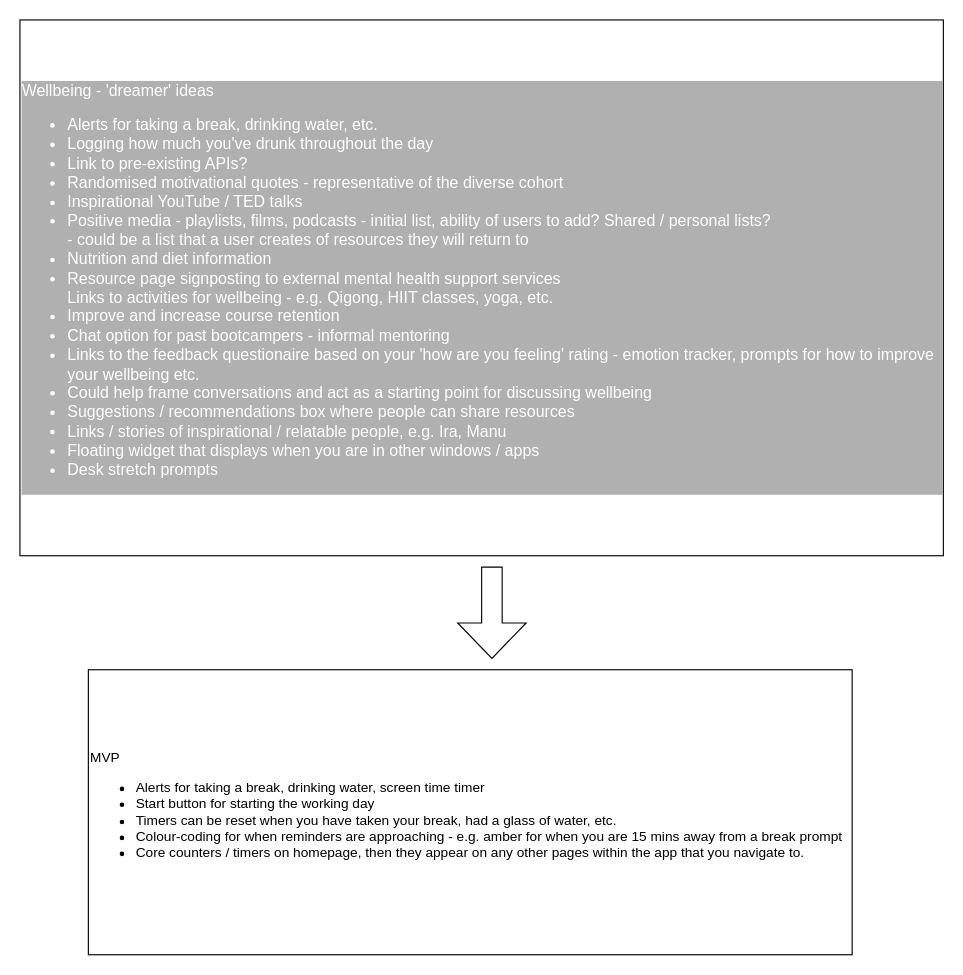
Earlier version of the draw.io diagram page "Realist ideas" (4 of 5) of test.drawio (SchoolOfCode/national-project-week-room4_maria_conor_guy_toni). Source tidied: cells renumbered, new cells numbered last; positions are measured from the earlier drawing's top-left corner, leaving out a move shared by most shapes. Both pictures are drawn from the tidied source at 114%, with x=0, y=0 at pixel (19, 19).
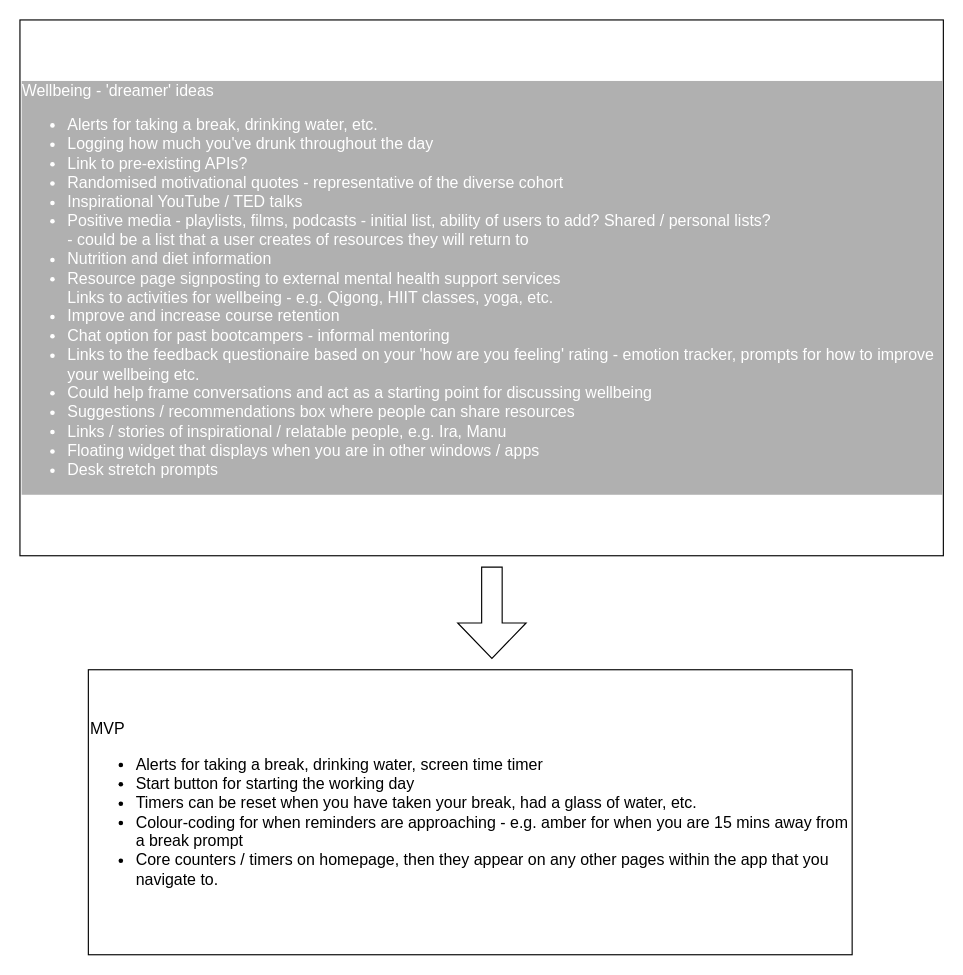
Above is the later version.

The edit, as a diff of the source:
```diff
@@
 <mxGraphModel>
   <root>
     <mxCell id="0" />
     <mxCell id="1" parent="0" />
     <mxCell id="2" value="&lt;font color=&quot;#ffffff&quot;&gt;Wellbeing - 'dreamer' ideas&lt;br&gt;&lt;ul&gt;&lt;li&gt;&lt;font color=&quot;#ffffff&quot;&gt;Alerts for taking a break, drinking water, etc.&lt;/font&gt;&lt;/li&gt;&lt;li&gt;&lt;font color=&quot;#ffffff&quot;&gt;Logging how much you've drunk throughout the day&lt;/font&gt;&lt;/li&gt;&lt;li&gt;&lt;font color=&quot;#ffffff&quot;&gt;Link to pre-existing APIs?&lt;/font&gt;&lt;/li&gt;&lt;li&gt;&lt;font color=&quot;#ffffff&quot;&gt;Randomised motivational quotes - representative of the diverse cohort&lt;/font&gt;&lt;/li&gt;&lt;li&gt;&lt;font color=&quot;#ffffff&quot;&gt;Inspirational YouTube / TED talks&lt;/font&gt;&lt;/li&gt;&lt;li&gt;&lt;font color=&quot;#ffffff&quot;&gt;Positive media - playlists, films, podcasts - initial list, ability of users to add? Shared / personal lists?&lt;br&gt;- could be a list that a user creates of resources they will return to&lt;/font&gt;&lt;/li&gt;&lt;li&gt;&lt;font color=&quot;#ffffff&quot;&gt;Nutrition and diet information&lt;/font&gt;&lt;/li&gt;&lt;li&gt;&lt;font color=&quot;#ffffff&quot;&gt;Resource page signposting to external mental health support services&lt;br&gt;Links to activities for wellbeing - e.g. Qigong, HIIT classes, yoga, etc.&lt;/font&gt;&lt;/li&gt;&lt;li&gt;&lt;font color=&quot;#ffffff&quot;&gt;Improve and increase course retention&lt;/font&gt;&lt;/li&gt;&lt;li&gt;&lt;font color=&quot;#ffffff&quot;&gt;Chat option for past bootcampers - informal mentoring&lt;/font&gt;&lt;/li&gt;&lt;li&gt;&lt;font color=&quot;#ffffff&quot;&gt;Links to the feedback questionaire based on your 'how are you feeling' rating - emotion tracker, prompts for how to improve your wellbeing etc.&lt;/font&gt;&lt;/li&gt;&lt;li&gt;&lt;font color=&quot;#ffffff&quot;&gt;Could help frame conversations and act as a starting point for discussing wellbeing&lt;/font&gt;&lt;/li&gt;&lt;li&gt;&lt;font color=&quot;#ffffff&quot;&gt;Suggestions / recommendations box where people can share resources&lt;/font&gt;&lt;/li&gt;&lt;li&gt;&lt;font color=&quot;#ffffff&quot;&gt;Links / stories of inspirational / relatable people, e.g. Ira, Manu&lt;/font&gt;&lt;/li&gt;&lt;li&gt;&lt;font color=&quot;#ffffff&quot;&gt;Floating widget that displays when you are in other windows / apps&lt;/font&gt;&lt;/li&gt;&lt;li&gt;&lt;font color=&quot;#ffffff&quot;&gt;Desk stretch prompts&lt;/font&gt;&lt;/li&gt;&lt;/ul&gt;&lt;/font&gt;" style="whiteSpace=wrap;html=1;labelBackgroundColor=#B0B0B0;fontSize=14;fontColor=#000000;align=left;" parent="1" vertex="1">
       <mxGeometry width="810" height="470" as="geometry" />
     </mxCell>
     <mxCell id="3" style="shape=singleArrow;whiteSpace=wrap;html=1;arrowWidth=0.3;arrowSize=0.3875;direction=south;" parent="1" vertex="1">
       <mxGeometry x="384" y="480" width="60" height="80" as="geometry" />
     </mxCell>
-    <mxCell id="4" value="MVP&lt;br&gt;&lt;ul&gt;&lt;li&gt;Alerts for taking a break, drinking water, screen time timer&lt;/li&gt;&lt;li&gt;Start button for starting the working day&lt;/li&gt;&lt;li&gt;Timers can be reset when you have taken your break, had a glass of water, etc.&lt;/li&gt;&lt;li&gt;Colour-coding for when reminders are approaching - e.g. amber for when you are 15 mins away from a break prompt&lt;/li&gt;&lt;li&gt;Core counters / timers on homepage, then they appear on any other pages within the app that you navigate to.&lt;/li&gt;&lt;/ul&gt;" style="whiteSpace=wrap;html=1;align=left;" parent="1" vertex="1">
+    <mxCell id="4" value="&lt;font style=&quot;font-size: 14px&quot;&gt;MVP&lt;br&gt;&lt;/font&gt;&lt;ul style=&quot;font-size: 14px&quot;&gt;&lt;li&gt;&lt;font style=&quot;font-size: 14px&quot;&gt;Alerts for taking a break, drinking water, screen time timer&lt;/font&gt;&lt;/li&gt;&lt;li&gt;&lt;font style=&quot;font-size: 14px&quot;&gt;Start button for starting the working day&lt;/font&gt;&lt;/li&gt;&lt;li&gt;&lt;font style=&quot;font-size: 14px&quot;&gt;Timers can be reset when you have taken your break, had a glass of water, etc.&lt;/font&gt;&lt;/li&gt;&lt;li&gt;&lt;font style=&quot;font-size: 14px&quot;&gt;Colour-coding for when reminders are approaching - e.g. amber for when you are 15 mins away from a break prompt&lt;/font&gt;&lt;/li&gt;&lt;li&gt;&lt;font style=&quot;font-size: 14px&quot;&gt;Core counters / timers on homepage, then they appear on any other pages within the app that you navigate to.&lt;/font&gt;&lt;/li&gt;&lt;/ul&gt;" style="whiteSpace=wrap;html=1;align=left;" parent="1" vertex="1">
       <mxGeometry x="60" y="570" width="670" height="250" as="geometry" />
     </mxCell>
   </root>
 </mxGraphModel>
```
